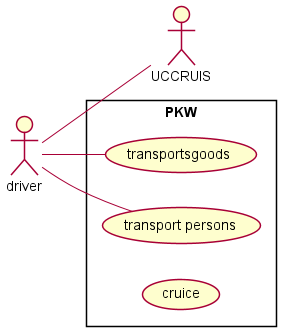
Before: asciidocs/images/ucd1.png, a diagram exported from PlantUML (2122-3bhitm-itp/04-lecture-notes-git-ThomasSpindlerHTL).
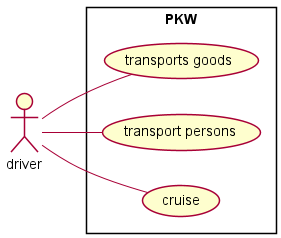
After the change.

Diff of the diagram source:
```diff
@@ -3,13 +3,14 @@
 skinparam shadowing false
 
 left to right direction
+
 actor "driver" as fc
 rectangle PKW {
-    usecase "transportsgoods" as UCGOODS
+    usecase "transports goods" as UCGOODS
     usecase "transport persons" as UCPERSON
-    usecase "cruice" as UCCRUICE
+    usecase "cruise" as UCCRUISE
 }
 fc -- UCGOODS
 fc -- UCPERSON
-fc -- UCCRUIS
+fc -- UCCRUISE
 @enduml
```
